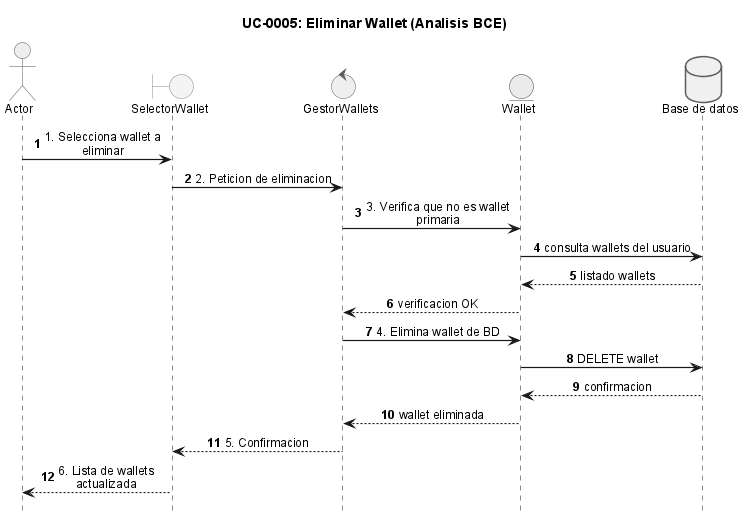
The PlantUML diagram anexos/diagramas/seq-bce-uc0005-delete-wallet.png in ErDeivih/DocumentChain, before a commit. Its diagram source:
```plantuml
@startuml
!include _sequence-bce-style.puml

title UC-0005: Eliminar Wallet (Analisis BCE)

actor Actor
boundary "SelectorWallet" as BF
control "GestorWallets" as CW
entity "Wallet" as EW

database "Base de datos" as DB

Actor -> BF : 1. Selecciona wallet a eliminar
BF -> CW : 2. Peticion de eliminacion
CW -> EW : 3. Verifica que no es wallet primaria
EW -> DB : consulta wallets del usuario
DB --> EW : listado wallets
EW --> CW : verificacion OK

CW -> EW : 4. Elimina wallet de BD
EW -> DB : DELETE wallet
DB --> EW : confirmacion
EW --> CW : wallet eliminada

CW --> BF : 5. Confirmacion
BF --> Actor : 6. Lista de wallets actualizada

@enduml
```
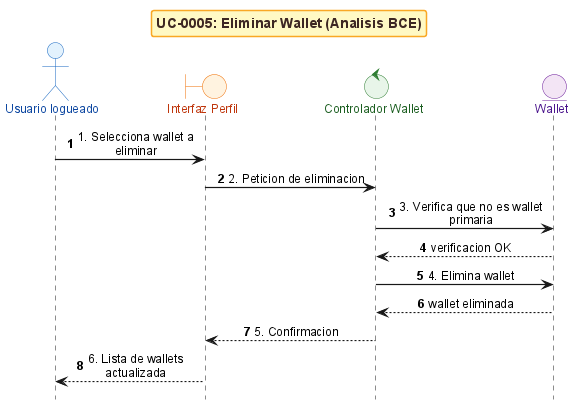
The same file after the commit.

Diff of the diagram source:
```diff
@@ -3,23 +3,18 @@
 
 title UC-0005: Eliminar Wallet (Analisis BCE)
 
-actor Actor
-boundary "SelectorWallet" as BF
-control "GestorWallets" as CW
+actor "Usuario logueado" as Actor
+boundary "Interfaz Perfil" as BF
+control "Controlador Wallet" as CW
 entity "Wallet" as EW
 
-database "Base de datos" as DB
 
 Actor -> BF : 1. Selecciona wallet a eliminar
 BF -> CW : 2. Peticion de eliminacion
 CW -> EW : 3. Verifica que no es wallet primaria
-EW -> DB : consulta wallets del usuario
-DB --> EW : listado wallets
 EW --> CW : verificacion OK
 
-CW -> EW : 4. Elimina wallet de BD
-EW -> DB : DELETE wallet
-DB --> EW : confirmacion
+CW -> EW : 4. Elimina wallet
 EW --> CW : wallet eliminada
 
 CW --> BF : 5. Confirmacion
```
